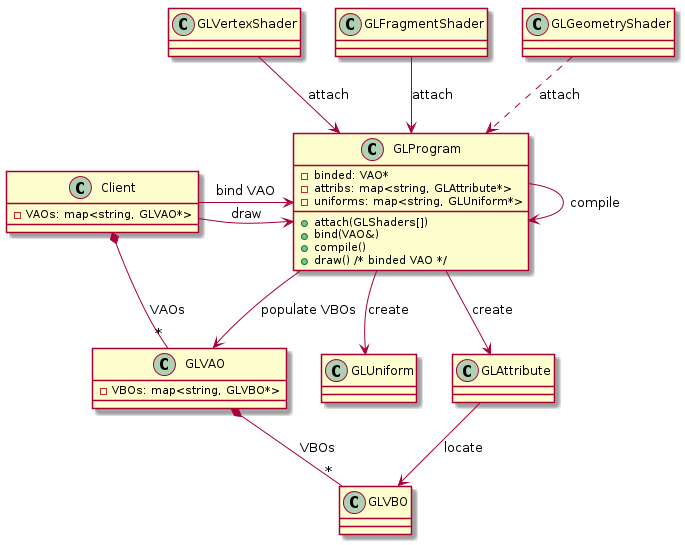
Before: doc/uml/opengl_compo.png, a diagram exported from PlantUML (Lecrapouille/OpenGLCppWrapper).
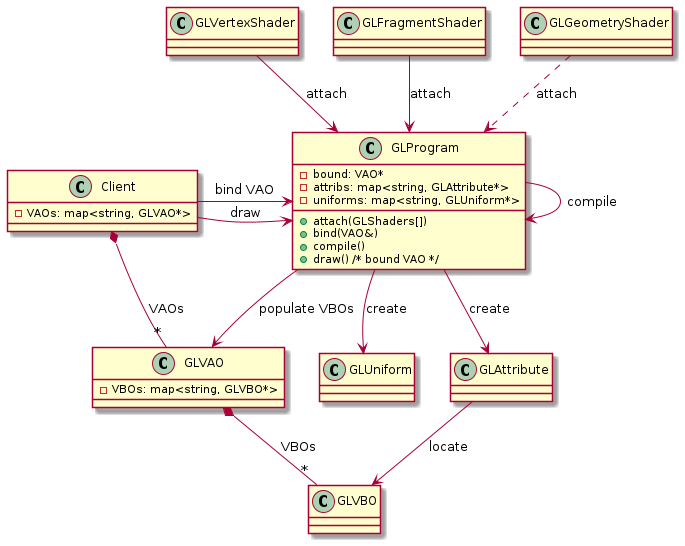
After the change.

Diff of the diagram source:
```diff
@@ -5,13 +5,13 @@
 class GLFragmentShader
 class GLGeometryShader
 class GLProgram {
--binded: VAO*
+-bound: VAO*
 -attribs: map<string, GLAttribute*>
 -uniforms: map<string, GLUniform*>
 +attach(GLShaders[])
 +bind(VAO&)
 +compile()
-+draw() /* binded VAO */
++draw() /* bound VAO */
 }
 class GLUniform
 class GLAttribute
```
